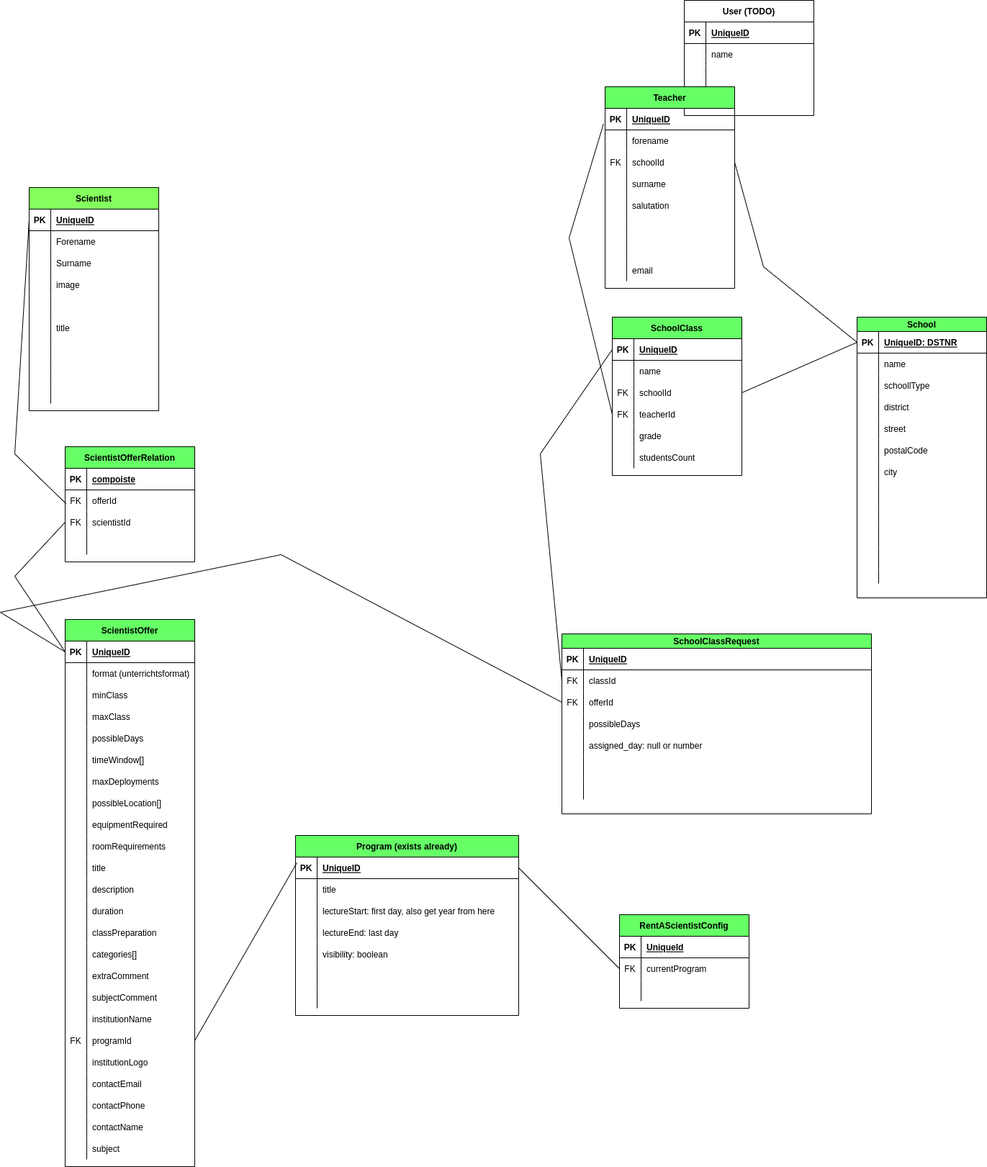
This is rent-a-scientist-er.png from eduhub-org/eduhub, a draw.io export, as it was before one commit. Source tidied: cells renumbered, new cells last; positions are measured from the earlier drawing's top-left corner, leaving out a move shared by most shapes.
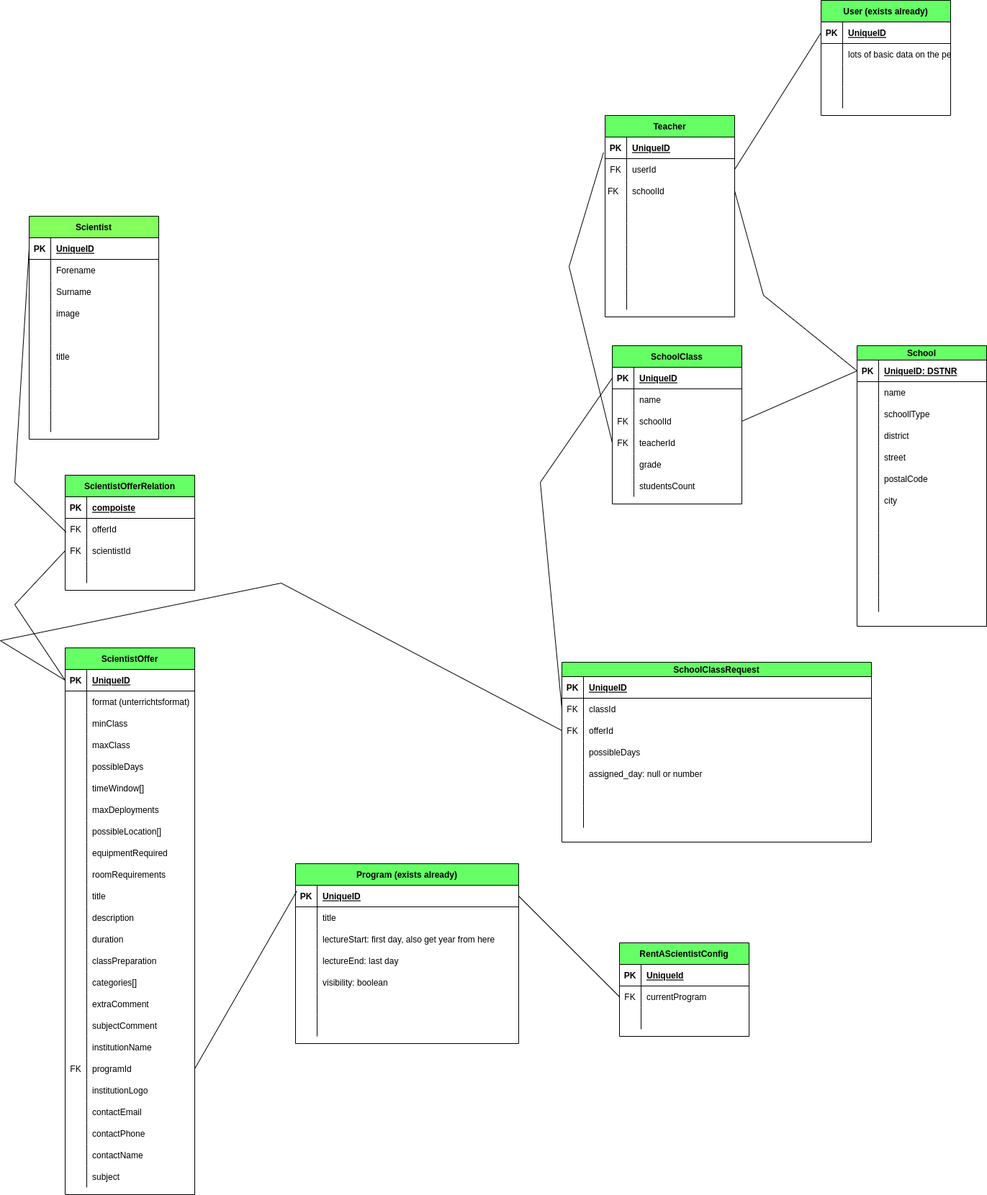
Later version of the same file.

The edit, as a diff of the source:
```diff
@@ -697,8 +697,8 @@
     <mxCell id="223" style="endArrow=none;html=1;rounded=0;exitX=1;exitY=0.5;exitDx=0;exitDy=0;entryX=0.006;entryY=0.267;entryDx=0;entryDy=0;entryPerimeter=0;" parent="1" edge="1" source="85" target="202">
       <mxGeometry relative="1" as="geometry" />
     </mxCell>
-    <mxCell id="224" value="User (TODO)" style="shape=table;startSize=30;rowLines=0;fontStyle=1;align=center;fillColor=none;" parent="1" vertex="1">
-      <mxGeometry x="950" width="180" height="160" as="geometry" />
+    <mxCell id="224" value="User (exists already)" style="shape=table;startSize=30;rowLines=0;fontStyle=1;align=center;fillColor=#66FF66;" parent="1" vertex="1">
+      <mxGeometry x="1140" y="-40" width="180" height="160" as="geometry" />
     </mxCell>
     <mxCell id="225" style="shape=tableRow;horizontal=0;startSize=0;swimlaneHead=0;swimlaneBody=0;fillColor=none;points=[[0,0.5],[1,0.5]];portConstraint=eastwest;top=0;left=0;right=0;bottom=1;" parent="224" vertex="1">
       <mxGeometry y="30" width="180" height="30" as="geometry" />
@@ -715,7 +715,7 @@
     <mxCell id="229" style="shape=partialRectangle;fillColor=none;top=0;left=0;bottom=0;right=0;overflow=hidden;" parent="228" vertex="1">
       <mxGeometry width="30" height="30" as="geometry" />
     </mxCell>
-    <mxCell id="230" value="name" style="shape=partialRectangle;fillColor=none;top=0;left=0;bottom=0;right=0;align=left;spacingLeft=6;overflow=hidden;" parent="228" vertex="1">
+    <mxCell id="230" value="lots of basic data on the person" style="shape=partialRectangle;fillColor=none;top=0;left=0;bottom=0;right=0;align=left;spacingLeft=6;overflow=hidden;" parent="228" vertex="1">
       <mxGeometry x="30" width="150" height="30" as="geometry" />
     </mxCell>
     <mxCell id="231" style="shape=tableRow;horizontal=0;startSize=0;swimlaneHead=0;swimlaneBody=0;fillColor=none;top=0;left=0;right=0;bottom=0;" parent="224" vertex="1">
@@ -751,16 +751,16 @@
     <mxCell id="241" style="shape=tableRow;horizontal=0;startSize=0;swimlaneHead=0;swimlaneBody=0;fillColor=none;points=[[0,0.5],[1,0.5]];portConstraint=eastwest;top=0;left=0;right=0;bottom=0;" parent="237" vertex="1">
       <mxGeometry y="60" width="180" height="30" as="geometry" />
     </mxCell>
-    <mxCell id="242" style="shape=partialRectangle;fillColor=none;top=0;left=0;bottom=0;right=0;overflow=hidden;" parent="241" vertex="1">
+    <mxCell id="242" value="FK" style="shape=partialRectangle;fillColor=none;top=0;left=0;bottom=0;right=0;overflow=hidden;" parent="241" vertex="1">
       <mxGeometry width="30" height="30" as="geometry" />
     </mxCell>
-    <mxCell id="243" value="forename" style="shape=partialRectangle;fillColor=none;top=0;left=0;bottom=0;right=0;align=left;spacingLeft=6;overflow=hidden;" parent="241" vertex="1">
+    <mxCell id="243" value="userId" style="shape=partialRectangle;fillColor=none;top=0;left=0;bottom=0;right=0;align=left;spacingLeft=6;overflow=hidden;" parent="241" vertex="1">
       <mxGeometry x="30" width="150" height="30" as="geometry" />
     </mxCell>
     <mxCell id="244" style="shape=tableRow;horizontal=0;startSize=0;swimlaneHead=0;swimlaneBody=0;fillColor=none;points=[[0,0.5],[1,0.5]];portConstraint=eastwest;top=0;left=0;right=0;bottom=0;" parent="237" vertex="1">
       <mxGeometry y="90" width="180" height="30" as="geometry" />
     </mxCell>
-    <mxCell id="245" value="FK" style="shape=partialRectangle;fillColor=none;top=0;left=0;bottom=0;right=0;overflow=hidden;" parent="244" vertex="1">
+    <mxCell id="245" value="FK  " style="shape=partialRectangle;fillColor=none;top=0;left=0;bottom=0;right=0;overflow=hidden;" parent="244" vertex="1">
       <mxGeometry width="30" height="30" as="geometry" />
     </mxCell>
     <mxCell id="246" value="schoolId" style="shape=partialRectangle;fillColor=none;top=0;left=0;bottom=0;right=0;align=left;spacingLeft=6;overflow=hidden;" parent="244" vertex="1">
@@ -772,7 +772,7 @@
     <mxCell id="248" style="shape=partialRectangle;fillColor=none;top=0;left=0;bottom=0;right=0;overflow=hidden;" parent="247" vertex="1">
       <mxGeometry width="30" height="30" as="geometry" />
     </mxCell>
-    <mxCell id="249" value="surname" style="shape=partialRectangle;fillColor=none;top=0;left=0;bottom=0;right=0;align=left;spacingLeft=6;overflow=hidden;" parent="247" vertex="1">
+    <mxCell id="249" style="shape=partialRectangle;fillColor=none;top=0;left=0;bottom=0;right=0;align=left;spacingLeft=6;overflow=hidden;" parent="247" vertex="1">
       <mxGeometry x="30" width="150" height="30" as="geometry" />
     </mxCell>
     <mxCell id="250" style="shape=tableRow;horizontal=0;startSize=0;swimlaneHead=0;swimlaneBody=0;fillColor=none;top=0;left=0;right=0;bottom=0;" parent="237" vertex="1">
@@ -781,7 +781,7 @@
     <mxCell id="251" style="shape=partialRectangle;fillColor=none;top=0;left=0;bottom=0;right=0;overflow=hidden;" parent="250" vertex="1">
       <mxGeometry width="30" height="30" as="geometry" />
     </mxCell>
-    <mxCell id="252" value="salutation" style="shape=partialRectangle;fillColor=none;top=0;left=0;bottom=0;right=0;align=left;spacingLeft=6;overflow=hidden;" parent="250" vertex="1">
+    <mxCell id="252" style="shape=partialRectangle;fillColor=none;top=0;left=0;bottom=0;right=0;align=left;spacingLeft=6;overflow=hidden;" parent="250" vertex="1">
       <mxGeometry x="30" width="150" height="30" as="geometry" />
     </mxCell>
     <mxCell id="253" style="shape=tableRow;horizontal=0;startSize=0;swimlaneHead=0;swimlaneBody=0;fillColor=none;top=0;left=0;right=0;bottom=0;" parent="237" vertex="1">
@@ -808,7 +808,7 @@
     <mxCell id="260" style="shape=partialRectangle;fillColor=none;top=0;left=0;bottom=0;right=0;overflow=hidden;" parent="259" vertex="1">
       <mxGeometry width="30" height="30" as="geometry" />
     </mxCell>
-    <mxCell id="261" value="email" style="shape=partialRectangle;fillColor=none;top=0;left=0;bottom=0;right=0;align=left;spacingLeft=6;overflow=hidden;" parent="259" vertex="1">
+    <mxCell id="261" style="shape=partialRectangle;fillColor=none;top=0;left=0;bottom=0;right=0;align=left;spacingLeft=6;overflow=hidden;" parent="259" vertex="1">
       <mxGeometry x="30" width="150" height="30" as="geometry" />
     </mxCell>
     <mxCell id="262" value="RentAScientistConfig" style="shape=table;startSize=30;rowLines=0;fontStyle=1;align=center;fillColor=#66FF66;" parent="1" vertex="1">
@@ -844,5 +844,8 @@
     <mxCell id="272" style="endArrow=none;html=1;rounded=0;exitX=1;exitY=0.5;exitDx=0;exitDy=0;entryX=0;entryY=0.5;entryDx=0;entryDy=0;" parent="1" edge="1" source="202" target="266">
       <mxGeometry relative="1" as="geometry" />
     </mxCell>
+    <mxCell id="273" style="endArrow=none;html=1;rounded=0;entryX=0;entryY=0.5;entryDx=0;entryDy=0;exitX=1;exitY=0.5;exitDx=0;exitDy=0;" parent="1" edge="1" source="241" target="225">
+      <mxGeometry relative="1" as="geometry" />
+    </mxCell>
   </root>
 </mxGraphModel>
```
